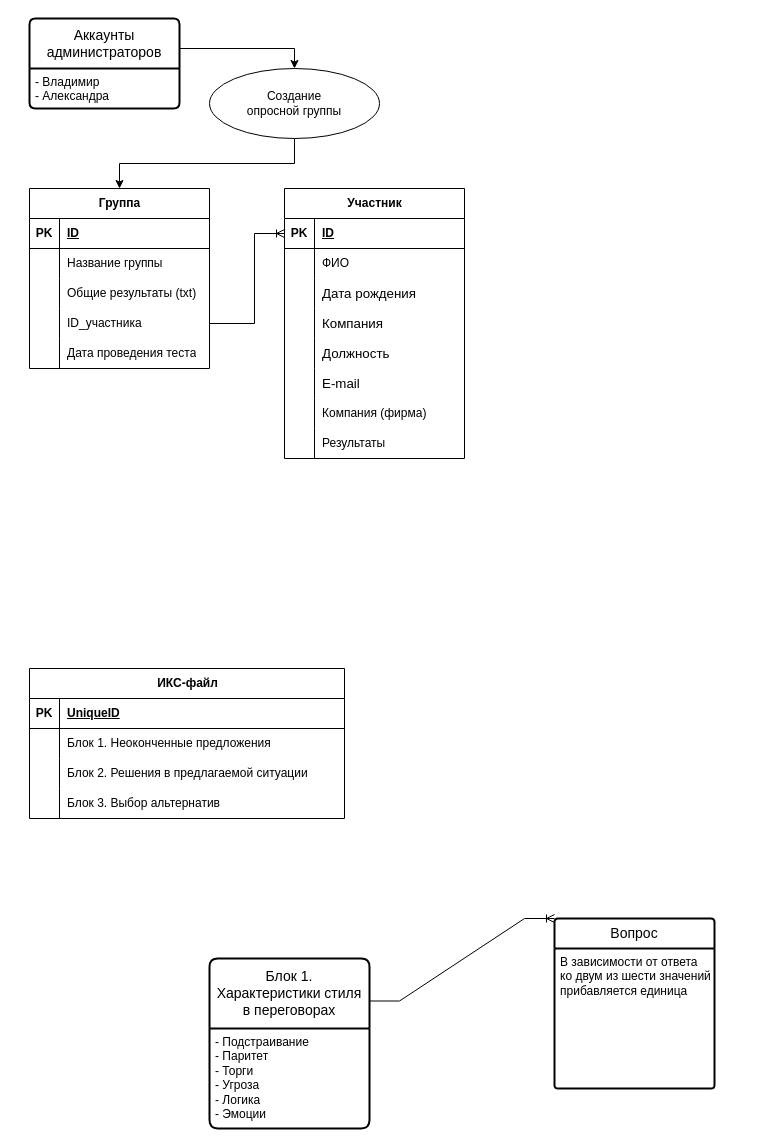
Above: ИКС-файл.drawio in apakufai/ISeC_workfiles (draw.io), before the change. Source tidied: cells renumbered, new cells numbered last; positions are measured from the earlier drawing's top-left corner, leaving out a move shared by most shapes. Both pictures are drawn from the tidied source at 100%, with x=0, y=0 at pixel (29, 18).
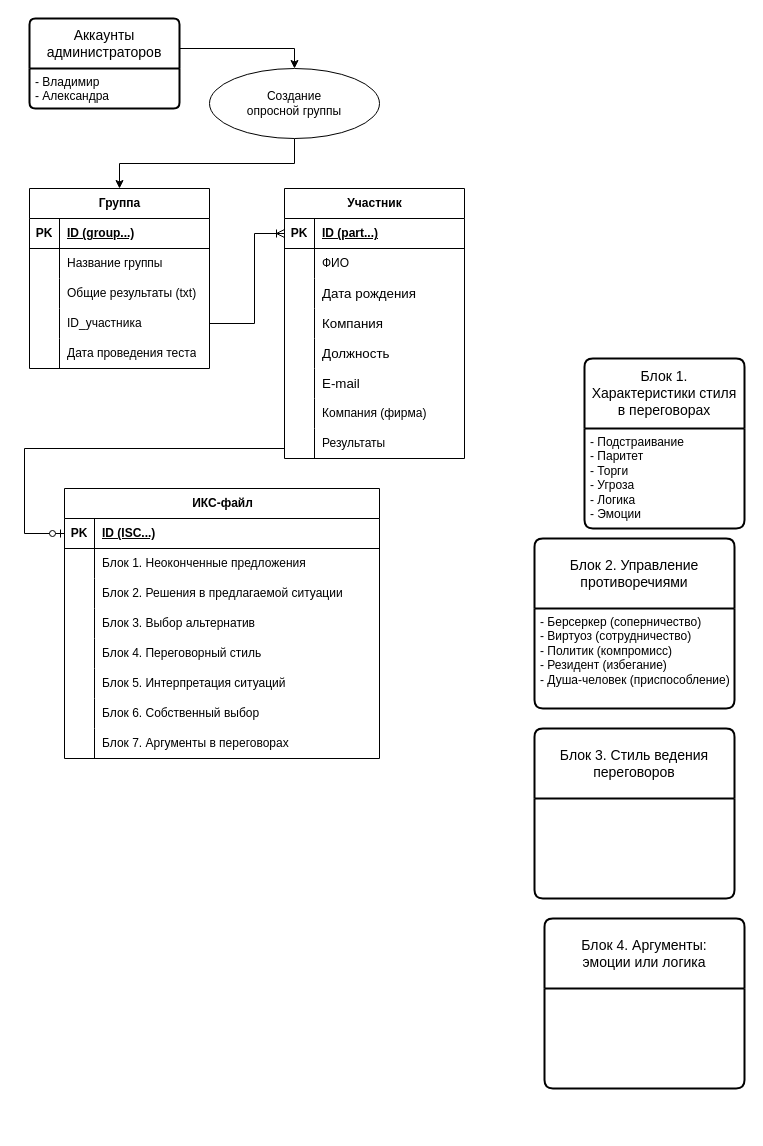
After the change.

Unchanged cells that the change refers to:
```xml
<mxCell id="5" style="shape=tableRow;horizontal=0;startSize=0;swimlaneHead=0;swimlaneBody=0;fillColor=none;top=0;left=0;right=0;bottom=1;" parent="4" vertex="1">
  <mxGeometry y="30" width="180" height="30" as="geometry" />
</mxCell>
<mxCell id="21" style="shape=tableRow;horizontal=0;startSize=0;swimlaneHead=0;swimlaneBody=0;fillColor=none;points=[[0,0.5],[1,0.5]];portConstraint=eastwest;top=0;left=0;right=0;bottom=1;" parent="20" vertex="1">
  <mxGeometry y="30" width="180" height="30" as="geometry" />
</mxCell>
<mxCell id="42" style="shape=tableRow;horizontal=0;startSize=0;swimlaneHead=0;swimlaneBody=0;fillColor=none;points=[[0,0.5],[1,0.5]];portConstraint=eastwest;top=0;left=0;right=0;bottom=0;" parent="20" vertex="1">
  <mxGeometry y="240" width="180" height="30" as="geometry" />
</mxCell>
<mxCell id="55" style="shape=tableRow;horizontal=0;startSize=0;swimlaneHead=0;swimlaneBody=0;fillColor=none;points=[[0,0.5],[1,0.5]];portConstraint=eastwest;top=0;left=0;right=0;bottom=1;" parent="54" vertex="1">
  <mxGeometry y="30" width="315" height="30" as="geometry" />
</mxCell>
```

What changed in the source:
```diff
@@
-    <mxCell id="7" value="ID" style="shape=partialRectangle;fillColor=none;top=0;left=0;bottom=0;right=0;align=left;spacingLeft=6;fontStyle=5;overflow=hidden;whiteSpace=wrap;html=1;" parent="5" vertex="1">
+    <mxCell id="7" value="ID (group...)" style="shape=partialRectangle;fillColor=none;top=0;left=0;bottom=0;right=0;align=left;spacingLeft=6;fontStyle=5;overflow=hidden;whiteSpace=wrap;html=1;" parent="5" vertex="1">
       <mxGeometry x="30" width="150" height="30" as="geometry" />
     </mxCell>
@@
-    <mxCell id="23" value="ID" style="shape=partialRectangle;fillColor=none;top=0;left=0;bottom=0;right=0;align=left;spacingLeft=6;fontStyle=5;overflow=hidden;whiteSpace=wrap;html=1;" parent="21" vertex="1">
+    <mxCell id="23" value="ID (part...)" style="shape=partialRectangle;fillColor=none;top=0;left=0;bottom=0;right=0;align=left;spacingLeft=6;fontStyle=5;overflow=hidden;whiteSpace=wrap;html=1;" parent="21" vertex="1">
       <mxGeometry x="30" width="150" height="30" as="geometry" />
     </mxCell>
@@
     <mxCell id="45" value="Блок 1.&lt;div&gt;Характеристики стиля&lt;/div&gt;&lt;div&gt;в переговорах&lt;/div&gt;" style="swimlane;horizontal=1;startSize=70;rounded=1;fontSize=14;fontStyle=0;strokeWidth=2;shadow=0;dashed=0;align=center;arcSize=4;whiteSpace=wrap;html=1;" parent="1" vertex="1">
-      <mxGeometry x="180" y="940" width="160" height="170" as="geometry" />
+      <mxGeometry x="555" y="340" width="160" height="170" as="geometry" />
     </mxCell>
@@
-    <mxCell id="47" style="edgeStyle=entityRelationEdgeStyle;fontSize=12;html=1;endArrow=ERoneToMany;rounded=0;exitX=1;exitY=0.25;exitDx=0;exitDy=0;entryX=0;entryY=0;entryDx=0;entryDy=0;" parent="1" edge="1" source="45" target="48">
-      <mxGeometry relative="1" as="geometry" />
-    </mxCell>
-    <mxCell id="48" value="Вопрос" style="swimlane;horizontal=1;startSize=30;rounded=1;fontSize=14;fontStyle=0;strokeWidth=2;shadow=0;dashed=0;align=center;arcSize=4;whiteSpace=wrap;html=1;" parent="1" vertex="1">
-      <mxGeometry x="525" y="900" width="160" height="170" as="geometry" />
-    </mxCell>
-    <mxCell id="49" value="В зависимости от ответа&lt;div&gt;ко двум из шести значений&lt;/div&gt;&lt;div&gt;прибавляется единица&lt;/div&gt;" style="align=left;strokeColor=none;fillColor=none;spacingLeft=4;fontSize=12;verticalAlign=top;html=1;" parent="48" vertex="1">
-      <mxGeometry y="30" width="160" height="140" as="geometry" />
-    </mxCell>
@@
     <mxCell id="54" value="ИКС-файл" style="shape=table;startSize=30;childLayout=tableLayout;rowLines=0;fontStyle=1;align=center;html=1;" parent="1" vertex="1">
-      <mxGeometry y="650" width="315" height="150" as="geometry" />
+      <mxGeometry x="35" y="470" width="315" height="270" as="geometry" />
     </mxCell>
@@
-    <mxCell id="57" value="UniqueID" style="shape=partialRectangle;fillColor=none;top=0;left=0;bottom=0;right=0;align=left;spacingLeft=6;fontStyle=5;overflow=hidden;whiteSpace=wrap;html=1;" parent="55" vertex="1">
+    <mxCell id="57" value="ID (ISC...)" style="shape=partialRectangle;fillColor=none;top=0;left=0;bottom=0;right=0;align=left;spacingLeft=6;fontStyle=5;overflow=hidden;whiteSpace=wrap;html=1;" parent="55" vertex="1">
       <mxGeometry x="30" width="285" height="30" as="geometry" />
     </mxCell>
@@
+    <mxCell id="67" style="shape=tableRow;horizontal=0;startSize=0;swimlaneHead=0;swimlaneBody=0;fillColor=none;top=0;left=0;right=0;bottom=0;" parent="54" vertex="1">
+      <mxGeometry y="150" width="315" height="30" as="geometry" />
+    </mxCell>
+    <mxCell id="68" style="shape=partialRectangle;fillColor=none;top=0;left=0;bottom=0;right=0;overflow=hidden;whiteSpace=wrap;html=1;" parent="67" vertex="1">
+      <mxGeometry width="30" height="30" as="geometry" />
+    </mxCell>
+    <mxCell id="69" value="Блок 4. Переговорный стиль" style="shape=partialRectangle;fillColor=none;top=0;left=0;bottom=0;right=0;align=left;spacingLeft=6;overflow=hidden;whiteSpace=wrap;html=1;" parent="67" vertex="1">
+      <mxGeometry x="30" width="285" height="30" as="geometry" />
+    </mxCell>
+    <mxCell id="70" style="shape=tableRow;horizontal=0;startSize=0;swimlaneHead=0;swimlaneBody=0;fillColor=none;top=0;left=0;right=0;bottom=0;" parent="54" vertex="1">
+      <mxGeometry y="180" width="315" height="30" as="geometry" />
+    </mxCell>
+    <mxCell id="71" style="shape=partialRectangle;fillColor=none;top=0;left=0;bottom=0;right=0;overflow=hidden;whiteSpace=wrap;html=1;" parent="70" vertex="1">
+      <mxGeometry width="30" height="30" as="geometry" />
+    </mxCell>
+    <mxCell id="72" value="Блок 5. Интерпретация ситуаций" style="shape=partialRectangle;fillColor=none;top=0;left=0;bottom=0;right=0;align=left;spacingLeft=6;overflow=hidden;whiteSpace=wrap;html=1;" parent="70" vertex="1">
+      <mxGeometry x="30" width="285" height="30" as="geometry" />
+    </mxCell>
+    <mxCell id="73" style="shape=tableRow;horizontal=0;startSize=0;swimlaneHead=0;swimlaneBody=0;fillColor=none;top=0;left=0;right=0;bottom=0;" parent="54" vertex="1">
+      <mxGeometry y="210" width="315" height="30" as="geometry" />
+    </mxCell>
+    <mxCell id="74" style="shape=partialRectangle;fillColor=none;top=0;left=0;bottom=0;right=0;overflow=hidden;whiteSpace=wrap;html=1;" parent="73" vertex="1">
+      <mxGeometry width="30" height="30" as="geometry" />
+    </mxCell>
+    <mxCell id="75" value="Блок 6. Собственный выбор" style="shape=partialRectangle;fillColor=none;top=0;left=0;bottom=0;right=0;align=left;spacingLeft=6;overflow=hidden;whiteSpace=wrap;html=1;" parent="73" vertex="1">
+      <mxGeometry x="30" width="285" height="30" as="geometry" />
+    </mxCell>
+    <mxCell id="76" style="shape=tableRow;horizontal=0;startSize=0;swimlaneHead=0;swimlaneBody=0;fillColor=none;top=0;left=0;right=0;bottom=0;" parent="54" vertex="1">
+      <mxGeometry y="240" width="315" height="30" as="geometry" />
+    </mxCell>
+    <mxCell id="77" style="shape=partialRectangle;fillColor=none;top=0;left=0;bottom=0;right=0;overflow=hidden;whiteSpace=wrap;html=1;" parent="76" vertex="1">
+      <mxGeometry width="30" height="30" as="geometry" />
+    </mxCell>
+    <mxCell id="78" value="Блок 7. Аргументы в переговорах" style="shape=partialRectangle;fillColor=none;top=0;left=0;bottom=0;right=0;align=left;spacingLeft=6;overflow=hidden;whiteSpace=wrap;html=1;" parent="76" vertex="1">
+      <mxGeometry x="30" width="285" height="30" as="geometry" />
+    </mxCell>
+    <mxCell id="79" style="edgeStyle=orthogonalEdgeStyle;fontSize=12;html=1;endArrow=ERzeroToOne;endFill=1;rounded=0;entryX=0;entryY=0.5;entryDx=0;entryDy=0;exitX=0;exitY=0.5;exitDx=0;exitDy=0;" parent="1" edge="1" source="42" target="55">
+      <mxGeometry relative="1" as="geometry">
+        <Array as="points">
+          <mxPoint x="255" y="430" />
+          <mxPoint x="-5" y="430" />
+          <mxPoint x="-5" y="515" />
+        </Array>
+      </mxGeometry>
+    </mxCell>
+    <mxCell id="80" value="Блок 2. Управление противоречиями" style="swimlane;horizontal=1;startSize=70;rounded=1;fontSize=14;fontStyle=0;strokeWidth=2;shadow=0;dashed=0;align=center;arcSize=4;whiteSpace=wrap;html=1;" parent="1" vertex="1">
+      <mxGeometry x="505" y="520" width="200" height="170" as="geometry" />
+    </mxCell>
+    <mxCell id="81" value="- Берсеркер (соперничество)&lt;div&gt;- Виртуоз (сотрудничество)&lt;/div&gt;&lt;div&gt;-&amp;nbsp;Политик (компромисс)&lt;/div&gt;&lt;div&gt;-&amp;nbsp;Резидент (избегание)&lt;/div&gt;&lt;div&gt;-&amp;nbsp;Душа-человек (приспособление)&lt;/div&gt;" style="align=left;strokeColor=none;fillColor=none;spacingLeft=4;fontSize=12;verticalAlign=top;html=1;" parent="80" vertex="1">
+      <mxGeometry y="70" width="200" height="100" as="geometry" />
+    </mxCell>
+    <mxCell id="82" value="Блок 3. Стиль ведения переговоров" style="swimlane;horizontal=1;startSize=70;rounded=1;fontSize=14;fontStyle=0;strokeWidth=2;shadow=0;dashed=0;align=center;arcSize=4;whiteSpace=wrap;html=1;" parent="1" vertex="1">
+      <mxGeometry x="505" y="710" width="200" height="170" as="geometry" />
+    </mxCell>
+    <mxCell id="83" value="Блок 4. Аргументы:&lt;div&gt;эмоции или логика&lt;/div&gt;" style="swimlane;horizontal=1;startSize=70;rounded=1;fontSize=14;fontStyle=0;strokeWidth=2;shadow=0;dashed=0;align=center;arcSize=4;whiteSpace=wrap;html=1;" parent="1" vertex="1">
+      <mxGeometry x="515" y="900" width="200" height="170" as="geometry" />
+    </mxCell>
```
